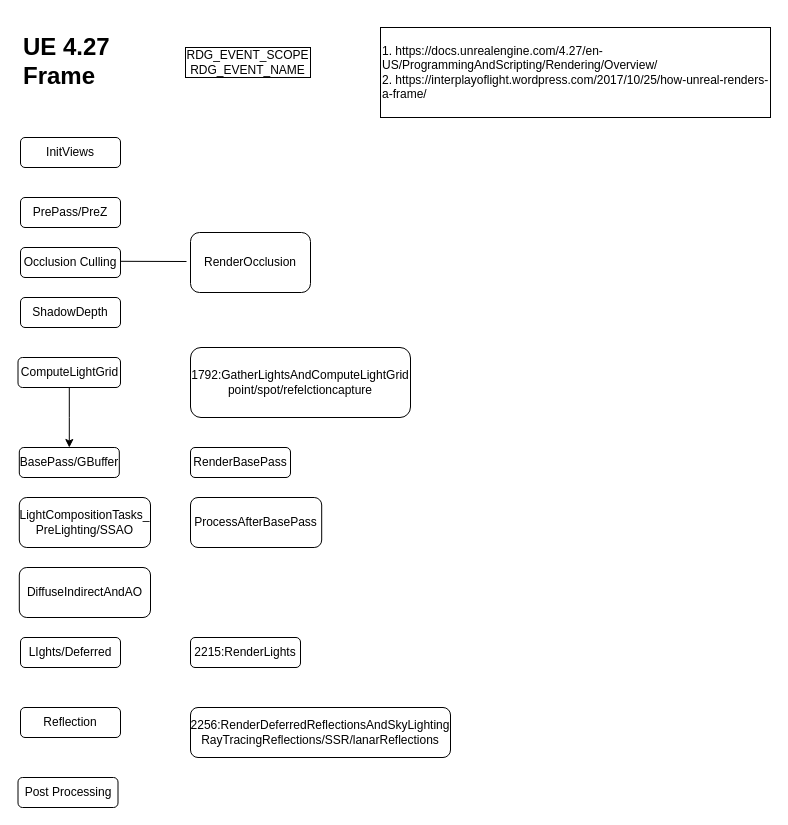
Earlier version of the draw.io diagram UE4Gram.drawio (cedarz/UE4Gram). Source tidied: cells renumbered, new cells numbered last; positions are measured from the earlier drawing's top-left corner, leaving out a move shared by most shapes. Both pictures are drawn from the tidied source at 100%, with x=0, y=0 at pixel (18, 27).
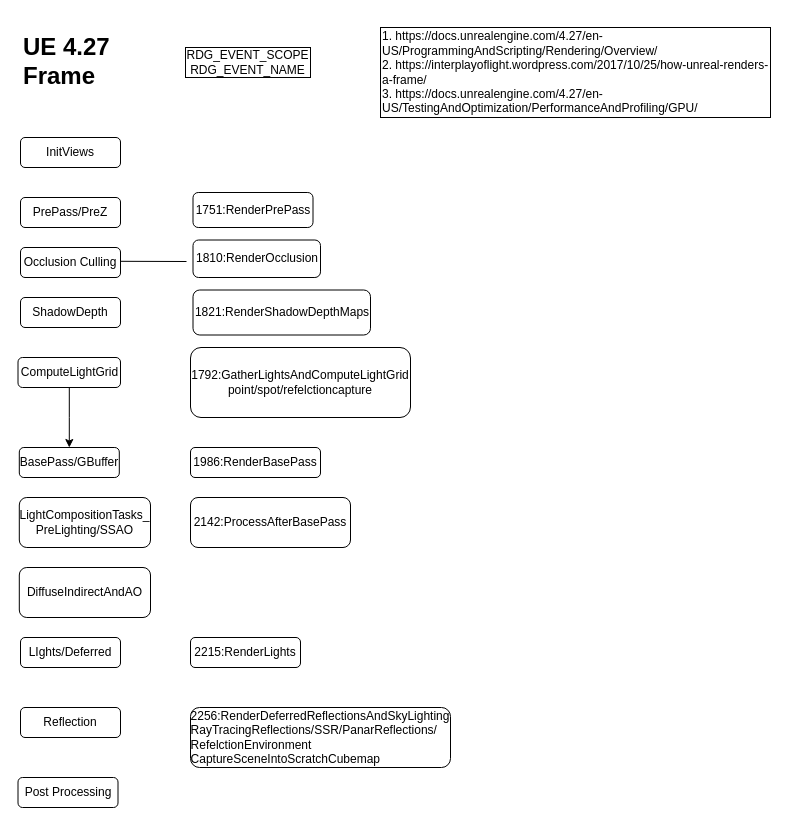
Above is the later version.

Change to the diagram source:
```diff
@@
-    <mxCell id="9" value="RenderOcclusion" style="whiteSpace=wrap;html=1;rounded=1;" parent="1" vertex="1">
-      <mxGeometry x="172" y="205" width="120" height="60" as="geometry" />
+    <mxCell id="9" value="1810:RenderOcclusion" style="whiteSpace=wrap;html=1;rounded=1;" parent="1" vertex="1">
+      <mxGeometry x="174.5" y="212.5" width="127.5" height="37.5" as="geometry" />
     </mxCell>
@@
-    <mxCell id="14" value="ProcessAfterBasePass" style="rounded=1;whiteSpace=wrap;html=1;" parent="1" vertex="1">
-      <mxGeometry x="172" y="470" width="131.2" height="50" as="geometry" />
+    <mxCell id="14" value="2142:ProcessAfterBasePass" style="rounded=1;whiteSpace=wrap;html=1;" parent="1" vertex="1">
+      <mxGeometry x="172" y="470" width="160" height="50" as="geometry" />
     </mxCell>
-    <mxCell id="15" value="RenderBasePass" style="rounded=1;whiteSpace=wrap;html=1;" parent="1" vertex="1">
-      <mxGeometry x="172" y="420" width="100" height="30" as="geometry" />
+    <mxCell id="15" value="1986:RenderBasePass" style="rounded=1;whiteSpace=wrap;html=1;" parent="1" vertex="1">
+      <mxGeometry x="172" y="420" width="130" height="30" as="geometry" />
     </mxCell>
@@
-    <mxCell id="19" value="2256:RenderDeferredReflectionsAndSkyLighting&lt;br&gt;RayTracingReflections/SSR/lanarReflections" style="rounded=1;html=1;whiteSpace=wrap;" parent="1" vertex="1">
-      <mxGeometry x="172" y="680" width="260" height="50" as="geometry" />
+    <mxCell id="19" value="2256:RenderDeferredReflectionsAndSkyLighting&lt;br&gt;&lt;div style=&quot;text-align: left;&quot;&gt;&lt;span style=&quot;background-color: initial;&quot;&gt;RayTracingReflections/SSR/&lt;/span&gt;&lt;span style=&quot;background-color: initial;&quot;&gt;PanarReflections/&lt;/span&gt;&lt;/div&gt;&lt;div style=&quot;text-align: left;&quot;&gt;&lt;span style=&quot;background-color: initial;&quot;&gt;RefelctionEnvironment&lt;/span&gt;&lt;/div&gt;&lt;div style=&quot;text-align: left;&quot;&gt;&lt;span style=&quot;background-color: initial;&quot;&gt;CaptureSceneIntoScratchCubemap&lt;br&gt;&lt;/span&gt;&lt;/div&gt;" style="rounded=1;html=1;whiteSpace=wrap;" parent="1" vertex="1">
+      <mxGeometry x="172" y="680" width="260" height="60" as="geometry" />
     </mxCell>
@@
-    <mxCell id="22" value="1.&amp;nbsp;https://docs.unrealengine.com/4.27/en-US/ProgrammingAndScripting/Rendering/Overview/&lt;br&gt;2.&amp;nbsp;https://interplayoflight.wordpress.com/2017/10/25/how-unreal-renders-a-frame/" style="rounded=0;whiteSpace=wrap;html=1;align=left;" parent="1" vertex="1">
+    <mxCell id="22" value="1.&amp;nbsp;https://docs.unrealengine.com/4.27/en-US/ProgrammingAndScripting/Rendering/Overview/&lt;br&gt;2.&amp;nbsp;https://interplayoflight.wordpress.com/2017/10/25/how-unreal-renders-a-frame/&lt;br&gt;3. https://docs.unrealengine.com/4.27/en-US/TestingAndOptimization/PerformanceAndProfiling/GPU/" style="rounded=0;whiteSpace=wrap;html=1;align=left;" parent="1" vertex="1">
       <mxGeometry x="362" width="390" height="90" as="geometry" />
     </mxCell>
@@
+    <mxCell id="24" value="1821:RenderShadowDepthMaps" style="whiteSpace=wrap;html=1;rounded=1;" parent="1" vertex="1">
+      <mxGeometry x="174.5" y="262.5" width="177.5" height="45" as="geometry" />
+    </mxCell>
+    <mxCell id="25" value="1751:RenderPrePass" style="whiteSpace=wrap;html=1;rounded=1;" parent="1" vertex="1">
+      <mxGeometry x="174.5" y="165" width="120" height="35" as="geometry" />
+    </mxCell>
```
